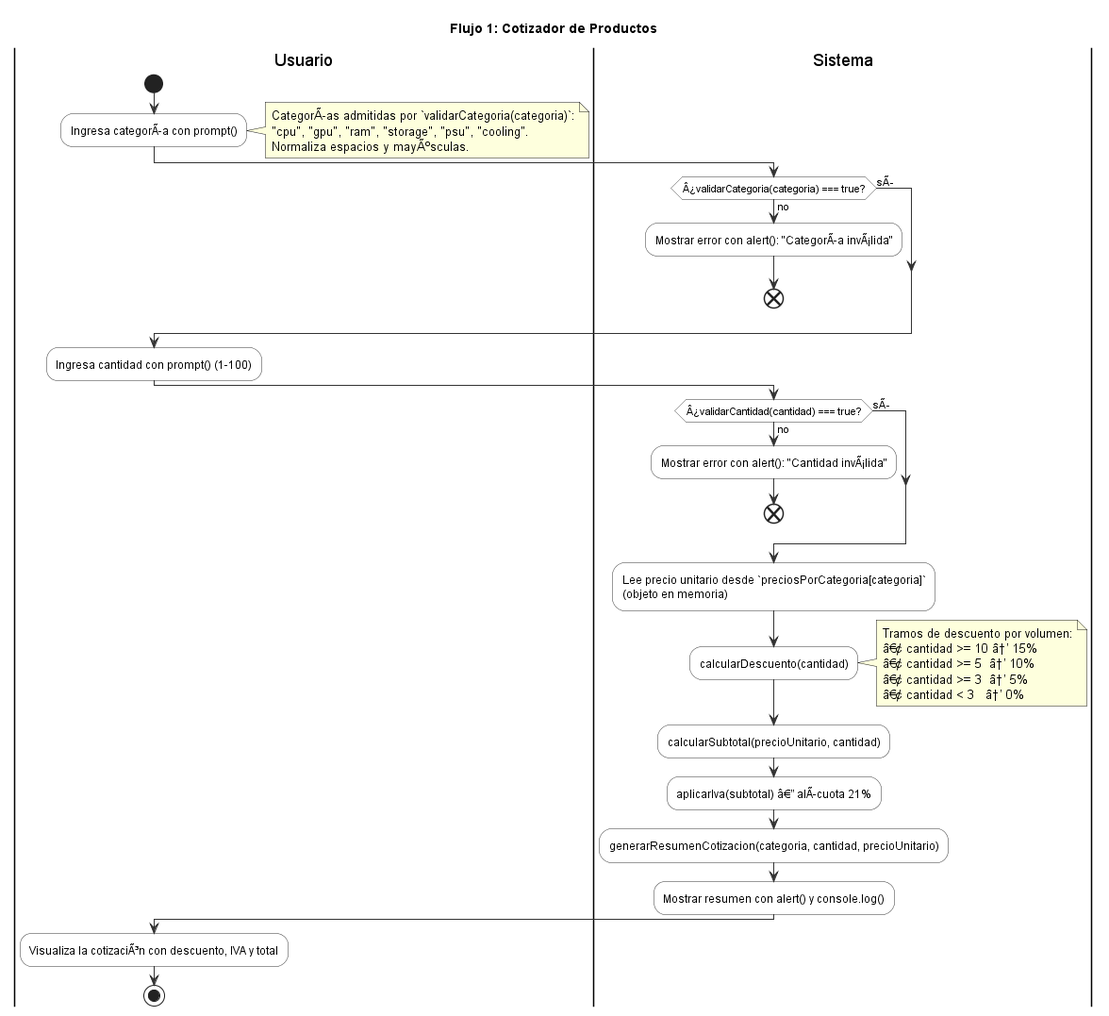
GonzaloBarbano/E-commerce keeps this PlantUML diagram as docs/05-diagramas/01-diagrama-de-actividades/actividad-flujo-1-cotizador.png. Above is the earlier version.
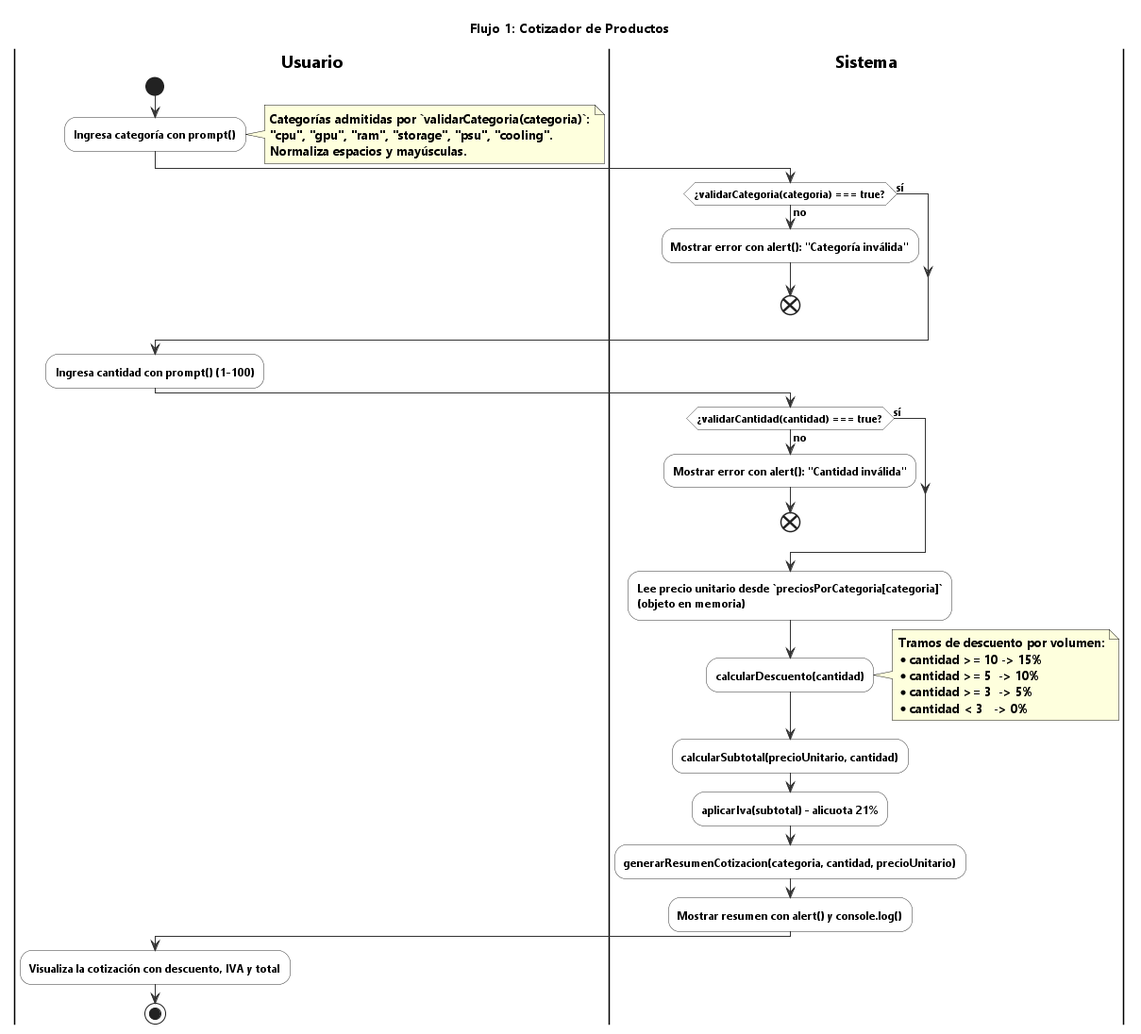
After the change.

Diff of the diagram source:
```diff
@@ -1,22 +1,23 @@
-@startuml flujo-1-cotizador
+@startuml actividad-flujo-1-cotizador
 title Flujo 1: Cotizador de Productos
+skinparam defaultFontName "Segoe UI"
 skinparam ActivityBackgroundColor #FFFFFF
 skinparam ActivityBorderColor #333333
 skinparam ArrowColor #333333
 
 |Usuario|
 start
-:Ingresa categorÃ­a con prompt();
+:Ingresa categoría con prompt();
 note right
-  CategorÃ­as admitidas por `validarCategoria(categoria)`:
+  Categorías admitidas por `validarCategoria(categoria)`:
   "cpu", "gpu", "ram", "storage", "psu", "cooling".
-  Normaliza espacios y mayÃºsculas.
+  Normaliza espacios y mayúsculas.
 end note
 
 |Sistema|
-if (Â¿validarCategoria(categoria) === true?) then (sÃ­)
+if (¿validarCategoria(categoria) === true?) then (sí)
 else (no)
-  :Mostrar error con alert(): "CategorÃ­a invÃ¡lida";
+  :Mostrar error con alert(): "Categoría inválida";
   end
 endif
 
@@ -24,9 +25,9 @@
 :Ingresa cantidad con prompt() (1-100);
 
 |Sistema|
-if (Â¿validarCantidad(cantidad) === true?) then (sÃ­)
+if (¿validarCantidad(cantidad) === true?) then (sí)
 else (no)
-  :Mostrar error con alert(): "Cantidad invÃ¡lida";
+  :Mostrar error con alert(): "Cantidad inválida";
   end
 endif
 
@@ -35,17 +36,17 @@
 :calcularDescuento(cantidad);
 note right
   Tramos de descuento por volumen:
-  â€¢ cantidad >= 10 â†’ 15%
-  â€¢ cantidad >= 5  â†’ 10%
-  â€¢ cantidad >= 3  â†’ 5%
-  â€¢ cantidad < 3   â†’ 0%
+  * cantidad >= 10 -> 15%
+  * cantidad >= 5  -> 10%
+  * cantidad >= 3  -> 5%
+  * cantidad < 3   -> 0%
 end note
 :calcularSubtotal(precioUnitario, cantidad);
-:aplicarIva(subtotal) â€” alÃ­cuota 21%;
+:aplicarIva(subtotal) - alicuota 21%;
 :generarResumenCotizacion(categoria, cantidad, precioUnitario);
 :Mostrar resumen con alert() y console.log();
 
 |Usuario|
-:Visualiza la cotizaciÃ³n con descuento, IVA y total;
+:Visualiza la cotización con descuento, IVA y total;
 stop
 @enduml
```
